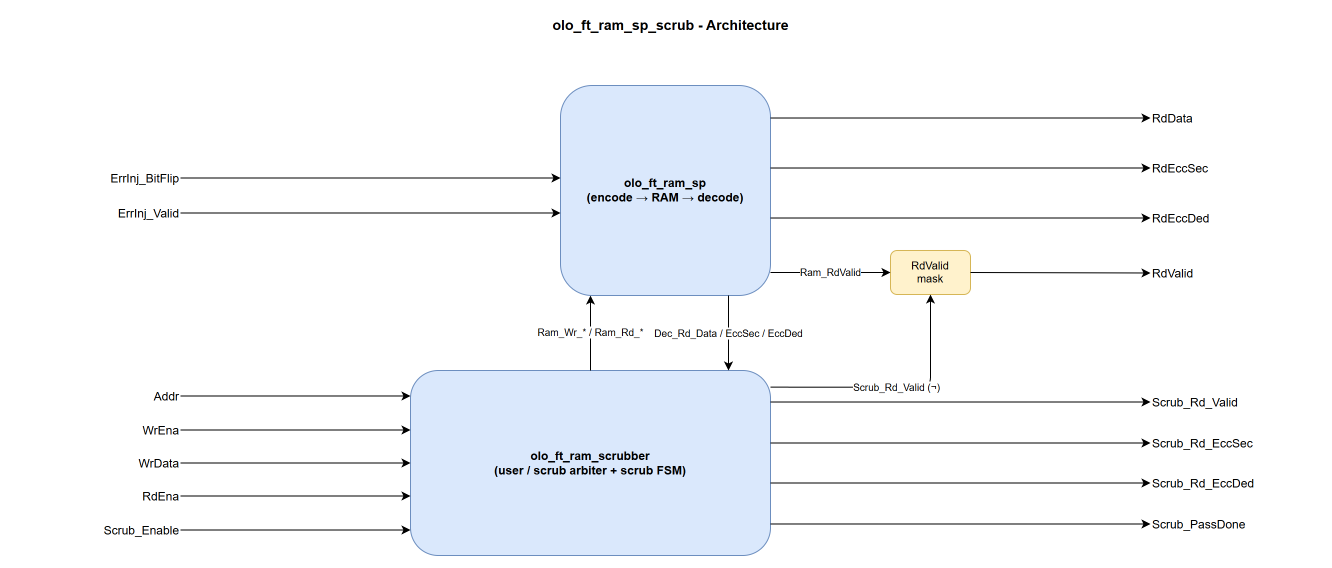
Above: doc/ft/ram/olo_ft_ram_sp_scrub_arch.drawio.png in rustyqt/open-logic (draw.io), before the change. Source tidied: cells renumbered, new cells last; positions are measured from the earlier drawing's top-left corner, leaving out a move shared by most shapes.
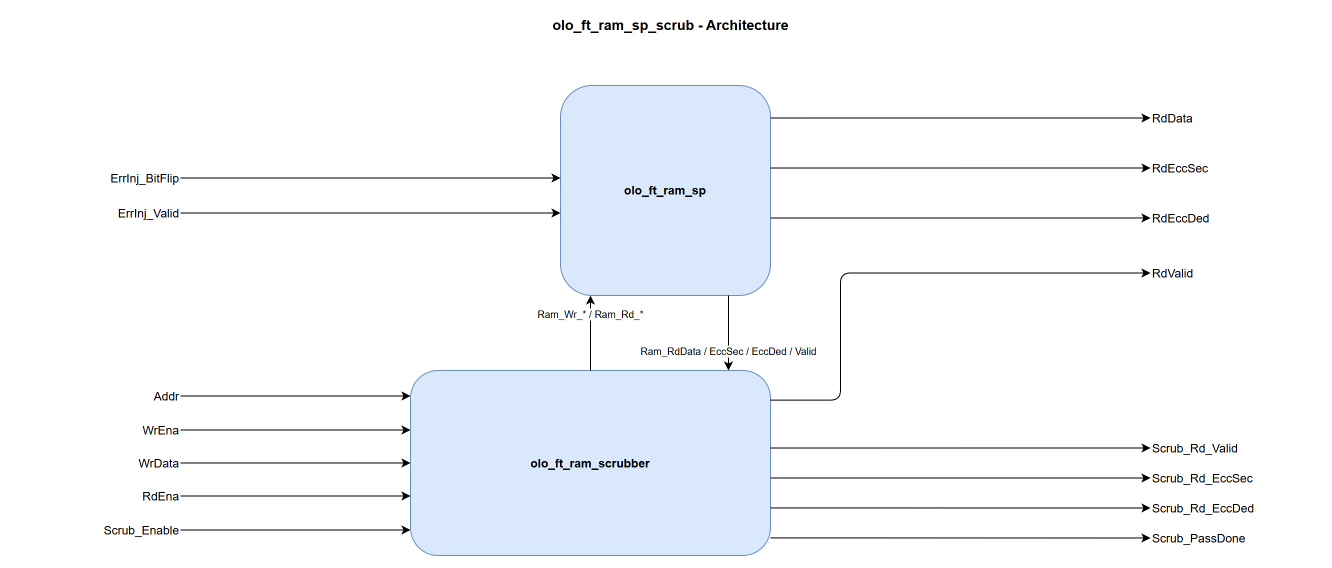
The same diagram one commit later.

Commit message:
IMPROVEMENT: Move RdValid mask into olo_ft_ram_scrubber; rename RAM taps

Diff of the diagram source:
```diff
@@ -5,15 +5,12 @@
     <mxCell id="2" value="olo_ft_ram_sp_scrub - Architecture" style="text;html=1;align=center;verticalAlign=middle;fontSize=14;fontStyle=1;" parent="1" vertex="1">
       <mxGeometry x="440" width="440" height="30" as="geometry" />
     </mxCell>
-    <mxCell id="3" value="olo_ft_ram_sp&#10;(encode → RAM → decode)" style="rounded=1;whiteSpace=wrap;html=1;fillColor=#dae8fc;strokeColor=#6c8ebf;fontStyle=1;" parent="1" vertex="1">
+    <mxCell id="3" value="olo_ft_ram_sp" style="rounded=1;whiteSpace=wrap;html=1;fillColor=#dae8fc;strokeColor=#6c8ebf;fontStyle=1;" parent="1" vertex="1">
       <mxGeometry x="550" y="75" width="210" height="210" as="geometry" />
     </mxCell>
-    <mxCell id="4" value="olo_ft_ram_scrubber&#10;(user / scrub arbiter + scrub FSM)" style="rounded=1;whiteSpace=wrap;html=1;fillColor=#dae8fc;strokeColor=#6c8ebf;fontStyle=1;" parent="1" vertex="1">
+    <mxCell id="4" value="olo_ft_ram_scrubber" style="rounded=1;whiteSpace=wrap;html=1;fillColor=#dae8fc;strokeColor=#6c8ebf;fontStyle=1;" parent="1" vertex="1">
       <mxGeometry x="400" y="360" width="360" height="185" as="geometry" />
     </mxCell>
-    <mxCell id="5" value="RdValid&#10;mask" style="rounded=1;whiteSpace=wrap;html=1;fillColor=#fff2cc;strokeColor=#d6b656;fontSize=11;" parent="1" vertex="1">
-      <mxGeometry x="880" y="240" width="80" height="44" as="geometry" />
-    </mxCell>
     <mxCell id="6" value="ErrInj_BitFlip" style="text;html=1;align=right;verticalAlign=middle;" parent="1" vertex="1">
       <mxGeometry y="155" width="170" height="25" as="geometry" />
     </mxCell>
@@ -48,16 +45,16 @@
       <mxGeometry x="1140" y="250" width="170" height="25" as="geometry" />
     </mxCell>
     <mxCell id="17" value="Scrub_Rd_Valid" style="text;html=1;align=left;verticalAlign=middle;" parent="1" vertex="1">
-      <mxGeometry x="1140" y="379" width="170" height="25" as="geometry" />
+      <mxGeometry x="1140" y="425" width="170" height="25" as="geometry" />
     </mxCell>
     <mxCell id="18" value="Scrub_Rd_EccSec" style="text;html=1;align=left;verticalAlign=middle;" parent="1" vertex="1">
-      <mxGeometry x="1140" y="420" width="170" height="25" as="geometry" />
+      <mxGeometry x="1140" y="455" width="170" height="25" as="geometry" />
     </mxCell>
     <mxCell id="19" value="Scrub_Rd_EccDed" style="text;html=1;align=left;verticalAlign=middle;" parent="1" vertex="1">
-      <mxGeometry x="1140" y="460" width="170" height="25" as="geometry" />
+      <mxGeometry x="1140" y="485" width="170" height="25" as="geometry" />
     </mxCell>
     <mxCell id="20" value="Scrub_PassDone" style="text;html=1;align=left;verticalAlign=middle;" parent="1" vertex="1">
-      <mxGeometry x="1140" y="501" width="170" height="25" as="geometry" />
+      <mxGeometry x="1140" y="515" width="170" height="25" as="geometry" />
     </mxCell>
     <mxCell id="21" style="endArrow=classic;html=1;edgeStyle=none;exitX=1;exitY=0.5;entryX=0;entryY=0.4405;" parent="1" edge="1" source="6" target="3">
       <mxGeometry relative="1" as="geometry" />
@@ -81,10 +78,10 @@
       <mxGeometry relative="1" as="geometry" />
     </mxCell>
     <mxCell id="28" value="Ram_Wr_* / Ram_Rd_*" style="endArrow=classic;html=1;edgeStyle=none;fontSize=10;exitX=0.5;exitY=0;entryX=0.142857;entryY=1;" parent="1" edge="1" source="4" target="3">
-      <mxGeometry relative="1" as="geometry" />
+      <mxGeometry x="0.5" relative="1" as="geometry" />
     </mxCell>
-    <mxCell id="29" value="Dec_Rd_Data / EccSec / EccDed" style="endArrow=classic;html=1;edgeStyle=none;fontSize=10;exitX=0.8;exitY=1;entryX=0.883333;entryY=0;" parent="1" edge="1" source="3" target="4">
-      <mxGeometry relative="1" as="geometry" />
+    <mxCell id="29" value="Ram_RdData / EccSec / EccDed / Valid" style="endArrow=classic;html=1;edgeStyle=none;fontSize=10;exitX=0.8;exitY=1;entryX=0.883333;entryY=0;" parent="1" edge="1" source="3" target="4">
+      <mxGeometry x="0.5" relative="1" as="geometry" />
     </mxCell>
     <mxCell id="30" style="endArrow=classic;html=1;edgeStyle=none;exitX=1;exitY=0.1548;entryX=0;entryY=0.5;" parent="1" edge="1" source="3" target="13">
       <mxGeometry relative="1" as="geometry" />
@@ -95,29 +92,23 @@
     <mxCell id="32" style="endArrow=classic;html=1;edgeStyle=none;exitX=1;exitY=0.6310;entryX=0;entryY=0.5;" parent="1" edge="1" source="3" target="15">
       <mxGeometry relative="1" as="geometry" />
     </mxCell>
-    <mxCell id="33" value="Ram_RdValid" style="endArrow=classic;html=1;edgeStyle=none;fontSize=10;exitX=1;exitY=0.8905;entryX=0;entryY=0.5;" parent="1" edge="1" source="3" target="5">
-      <mxGeometry relative="1" as="geometry" />
-    </mxCell>
-    <mxCell id="34" style="endArrow=classic;html=1;edgeStyle=none;exitX=1;exitY=0.5;entryX=0;entryY=0.5;" parent="1" edge="1" source="5" target="16">
-      <mxGeometry relative="1" as="geometry" />
-    </mxCell>
-    <mxCell id="35" value="Scrub_Rd_Valid (¬)" style="endArrow=classic;html=1;edgeStyle=orthogonalEdgeStyle;fontSize=10;exitX=1;exitY=0.09;entryX=0.5;entryY=1;" parent="1" edge="1" source="4" target="5">
-      <mxGeometry relative="1" as="geometry">
-        <Array as="points">
-          <mxPoint x="920" y="377" />
-        </Array>
-      </mxGeometry>
-    </mxCell>
+    <mxCell id="40" style="endArrow=classic;html=1;edgeStyle=orthogonalEdgeStyle;exitX=1;exitY=0.16;entryX=0;entryY=0.5;" parent="1" edge="1" source="4" target="16">
+      <mxGeometry relative="1" as="geometry">
+        <Array as="points">
+          <mxPoint x="830" y="262" />
+        </Array>
+      </mxGeometry>
+    </mxCell>
-    <mxCell id="36" style="endArrow=classic;html=1;edgeStyle=none;exitX=1;exitY=0.1703;entryX=0;entryY=0.5;" parent="1" edge="1" source="4" target="17">
+    <mxCell id="36" style="endArrow=classic;html=1;edgeStyle=none;exitX=1;exitY=0.419;entryX=0;entryY=0.5;" parent="1" edge="1" source="4" target="17">
       <mxGeometry relative="1" as="geometry" />
     </mxCell>
-    <mxCell id="37" style="endArrow=classic;html=1;edgeStyle=none;exitX=1;exitY=0.3919;entryX=0;entryY=0.5;" parent="1" edge="1" source="4" target="18">
+    <mxCell id="37" style="endArrow=classic;html=1;edgeStyle=none;exitX=1;exitY=0.581;entryX=0;entryY=0.5;" parent="1" edge="1" source="4" target="18">
       <mxGeometry relative="1" as="geometry" />
     </mxCell>
-    <mxCell id="38" style="endArrow=classic;html=1;edgeStyle=none;exitX=1;exitY=0.6081;entryX=0;entryY=0.5;" parent="1" edge="1" source="4" target="19">
+    <mxCell id="38" style="endArrow=classic;html=1;edgeStyle=none;exitX=1;exitY=0.743;entryX=0;entryY=0.5;" parent="1" edge="1" source="4" target="19">
       <mxGeometry relative="1" as="geometry" />
     </mxCell>
-    <mxCell id="39" style="endArrow=classic;html=1;edgeStyle=none;exitX=1;exitY=0.8297;entryX=0;entryY=0.5;" parent="1" edge="1" source="4" target="20">
+    <mxCell id="39" style="endArrow=classic;html=1;edgeStyle=none;exitX=1;exitY=0.905;entryX=0;entryY=0.5;" parent="1" edge="1" source="4" target="20">
       <mxGeometry relative="1" as="geometry" />
     </mxCell>
   </root>
```
